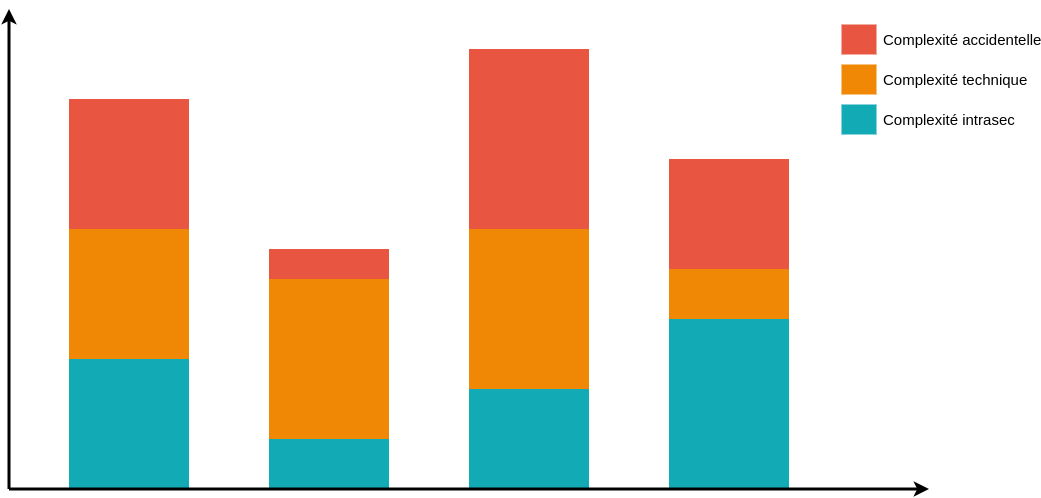
Earlier version of the draw.io export prez/story/images/complexite.png (arcanneero/cicd-divorce-slides). Source tidied: cells renumbered, new cells last; positions are measured from the earlier drawing's top-left corner, leaving out a move shared by most shapes. The source it was exported from:
```xml
<mxGraphModel>
  <root>
    <mxCell id="0" />
    <mxCell id="1" parent="0" />
    <mxCell id="2" style="whiteSpace=wrap;fillColor=#12AAB5;gradientColor=none;gradientDirection=east;strokeColor=none;html=1;fontColor=#23445d;" parent="1" vertex="1">
      <mxGeometry x="59.5" y="350.5" width="120" height="130" as="geometry" />
    </mxCell>
    <mxCell id="3" style="whiteSpace=wrap;fillColor=#12AAB5;gradientColor=none;gradientDirection=east;strokeColor=none;html=1;fontColor=#23445d;" parent="1" vertex="1">
      <mxGeometry x="259.5" y="430.5" width="120" height="50" as="geometry" />
    </mxCell>
    <mxCell id="4" style="whiteSpace=wrap;fillColor=#12AAB5;gradientColor=none;gradientDirection=east;strokeColor=none;html=1;fontColor=#23445d;" parent="1" vertex="1">
      <mxGeometry x="459.5" y="380.5" width="120" height="100" as="geometry" />
    </mxCell>
    <mxCell id="5" style="whiteSpace=wrap;fillColor=#12AAB5;gradientColor=none;gradientDirection=east;strokeColor=none;html=1;fontColor=#23445d;" parent="1" vertex="1">
      <mxGeometry x="659.5" y="310.5" width="120" height="170" as="geometry" />
    </mxCell>
    <mxCell id="6" style="edgeStyle=none;html=1;fontColor=#000000;strokeWidth=3;strokeColor=#000000;" parent="1" edge="1">
      <mxGeometry relative="1" as="geometry">
        <mxPoint x="-0.5" y="480.5" as="sourcePoint" />
        <mxPoint x="-0.5" y="0.5" as="targetPoint" />
      </mxGeometry>
    </mxCell>
    <mxCell id="7" style="whiteSpace=wrap;fillColor=#F08705;gradientColor=none;gradientDirection=east;strokeColor=none;html=1;fontColor=#23445d;" parent="1" vertex="1">
      <mxGeometry x="59.5" y="220.5" width="120" height="130" as="geometry" />
    </mxCell>
    <mxCell id="8" style="whiteSpace=wrap;fillColor=#E85642;gradientColor=none;gradientDirection=east;strokeColor=none;html=1;fontColor=#23445d;" parent="1" vertex="1">
      <mxGeometry x="59.5" y="90.5" width="120" height="130" as="geometry" />
    </mxCell>
    <mxCell id="9" style="whiteSpace=wrap;fillColor=#F08705;gradientColor=none;gradientDirection=east;strokeColor=none;html=1;fontColor=#23445d;" parent="1" vertex="1">
      <mxGeometry x="259.5" y="270.5" width="120" height="160" as="geometry" />
    </mxCell>
    <mxCell id="10" style="whiteSpace=wrap;fillColor=#E85642;gradientColor=none;gradientDirection=east;strokeColor=none;html=1;fontColor=#23445d;" parent="1" vertex="1">
      <mxGeometry x="259.5" y="240.5" width="120" height="30" as="geometry" />
    </mxCell>
    <mxCell id="11" style="whiteSpace=wrap;fillColor=#F08705;gradientColor=none;gradientDirection=east;strokeColor=none;html=1;fontColor=#23445d;" parent="1" vertex="1">
      <mxGeometry x="459.5" y="220.5" width="120" height="160" as="geometry" />
    </mxCell>
    <mxCell id="12" style="whiteSpace=wrap;fillColor=#E85642;gradientColor=none;gradientDirection=east;strokeColor=none;html=1;fontColor=#23445d;" parent="1" vertex="1">
      <mxGeometry x="459.5" y="40.5" width="120" height="180" as="geometry" />
    </mxCell>
    <mxCell id="13" style="edgeStyle=none;html=1;fontColor=#000000;strokeWidth=3;strokeColor=#000000;" parent="1" edge="1">
      <mxGeometry relative="1" as="geometry">
        <mxPoint x="-0.5" y="480.5" as="sourcePoint" />
        <mxPoint x="919.5" y="480.5" as="targetPoint" />
      </mxGeometry>
    </mxCell>
    <mxCell id="14" style="whiteSpace=wrap;fillColor=#12AAB5;gradientColor=none;gradientDirection=east;strokeColor=none;html=1;fontColor=#23445d;" parent="1" vertex="1">
      <mxGeometry x="832" y="96" width="35" height="30" as="geometry" />
    </mxCell>
    <mxCell id="15" style="whiteSpace=wrap;fillColor=#F08705;gradientColor=none;gradientDirection=east;strokeColor=none;html=1;fontColor=#23445d;" parent="1" vertex="1">
      <mxGeometry x="832" y="56" width="35" height="30" as="geometry" />
    </mxCell>
    <mxCell id="16" style="whiteSpace=wrap;fillColor=#E85642;gradientColor=none;gradientDirection=east;strokeColor=none;html=1;fontColor=#23445d;" parent="1" vertex="1">
      <mxGeometry x="832" y="16" width="35" height="30" as="geometry" />
    </mxCell>
    <mxCell id="17" value="Complexité accidentelle" style="text;spacingTop=-5;html=1;fontSize=15;" parent="1" vertex="1">
      <mxGeometry x="872" y="21" width="80" height="20" as="geometry" />
    </mxCell>
    <mxCell id="18" value="Complexité technique" style="text;spacingTop=-5;html=1;fontSize=15;" parent="1" vertex="1">
      <mxGeometry x="872" y="61" width="80" height="20" as="geometry" />
    </mxCell>
    <mxCell id="19" value="Complexité intrasec" style="text;spacingTop=-5;html=1;fontSize=15;" parent="1" vertex="1">
      <mxGeometry x="872" y="101" width="80" height="20" as="geometry" />
    </mxCell>
    <mxCell id="20" style="whiteSpace=wrap;fillColor=#F08705;gradientColor=none;gradientDirection=east;strokeColor=none;html=1;fontColor=#23445d;" parent="1" vertex="1">
      <mxGeometry x="659.5" y="260.5" width="120" height="50" as="geometry" />
    </mxCell>
    <mxCell id="21" style="whiteSpace=wrap;fillColor=#E85642;gradientColor=none;gradientDirection=east;strokeColor=none;html=1;fontColor=#23445d;" parent="1" vertex="1">
      <mxGeometry x="659.5" y="150.5" width="120" height="110" as="geometry" />
    </mxCell>
  </root>
</mxGraphModel>
```
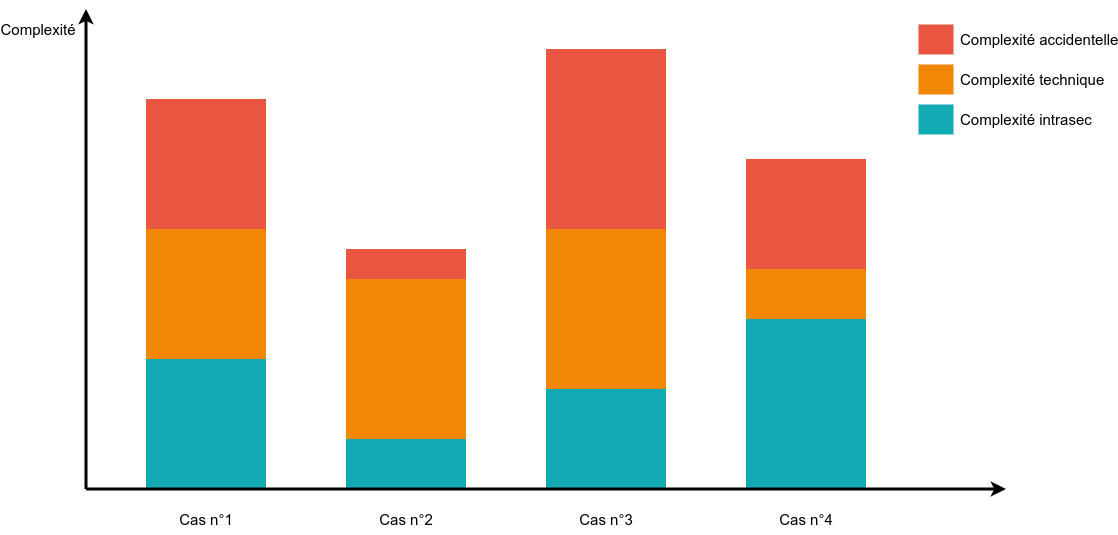
After the commit.

What changed in the source:
```diff
@@ -68,5 +68,20 @@
     <mxCell id="21" style="whiteSpace=wrap;fillColor=#E85642;gradientColor=none;gradientDirection=east;strokeColor=none;html=1;fontColor=#23445d;" parent="1" vertex="1">
       <mxGeometry x="659.5" y="150.5" width="120" height="110" as="geometry" />
     </mxCell>
+    <mxCell id="22" value="&lt;font color=&quot;#000000&quot; style=&quot;font-size: 15px&quot;&gt;Complexité&lt;/font&gt;" style="text;html=1;strokeColor=none;fillColor=none;align=center;verticalAlign=middle;whiteSpace=wrap;rounded=0;" parent="1" vertex="1">
+      <mxGeometry x="-78" y="6" width="60" height="30" as="geometry" />
+    </mxCell>
+    <mxCell id="23" value="Cas n°1" style="text;html=1;strokeColor=none;fillColor=none;align=center;verticalAlign=middle;whiteSpace=wrap;rounded=0;fontSize=15;fontColor=#000000;" parent="1" vertex="1">
+      <mxGeometry x="89.5" y="496" width="60" height="30" as="geometry" />
+    </mxCell>
+    <mxCell id="24" value="Cas n°2" style="text;html=1;strokeColor=none;fillColor=none;align=center;verticalAlign=middle;whiteSpace=wrap;rounded=0;fontSize=15;fontColor=#000000;" parent="1" vertex="1">
+      <mxGeometry x="289.5" y="496" width="60" height="30" as="geometry" />
+    </mxCell>
+    <mxCell id="25" value="Cas n°3" style="text;html=1;strokeColor=none;fillColor=none;align=center;verticalAlign=middle;whiteSpace=wrap;rounded=0;fontSize=15;fontColor=#000000;" parent="1" vertex="1">
+      <mxGeometry x="489.5" y="496" width="60" height="30" as="geometry" />
+    </mxCell>
+    <mxCell id="26" value="Cas n°4" style="text;html=1;strokeColor=none;fillColor=none;align=center;verticalAlign=middle;whiteSpace=wrap;rounded=0;fontSize=15;fontColor=#000000;" parent="1" vertex="1">
+      <mxGeometry x="689.5" y="496" width="60" height="30" as="geometry" />
+    </mxCell>
   </root>
 </mxGraphModel>
```
